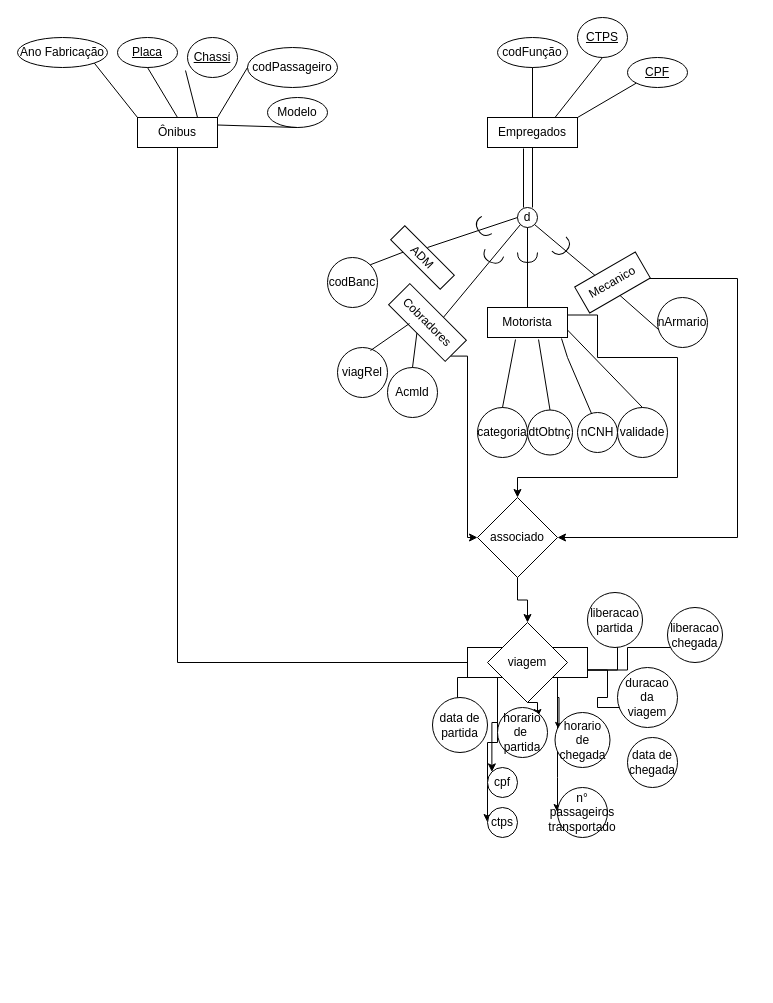
Before: page "Page-1" (1 of 2) of aula_1409_BancDados.drawio in imreadyrod/DiagramasTurmaBancDados, a draw.io diagram. Source tidied: cells renumbered, new cells numbered last; positions are measured from the earlier drawing's top-left corner, leaving out a move shared by most shapes. Both pictures are drawn from the tidied source at 100%, with x=0, y=0 at pixel (17, 17).
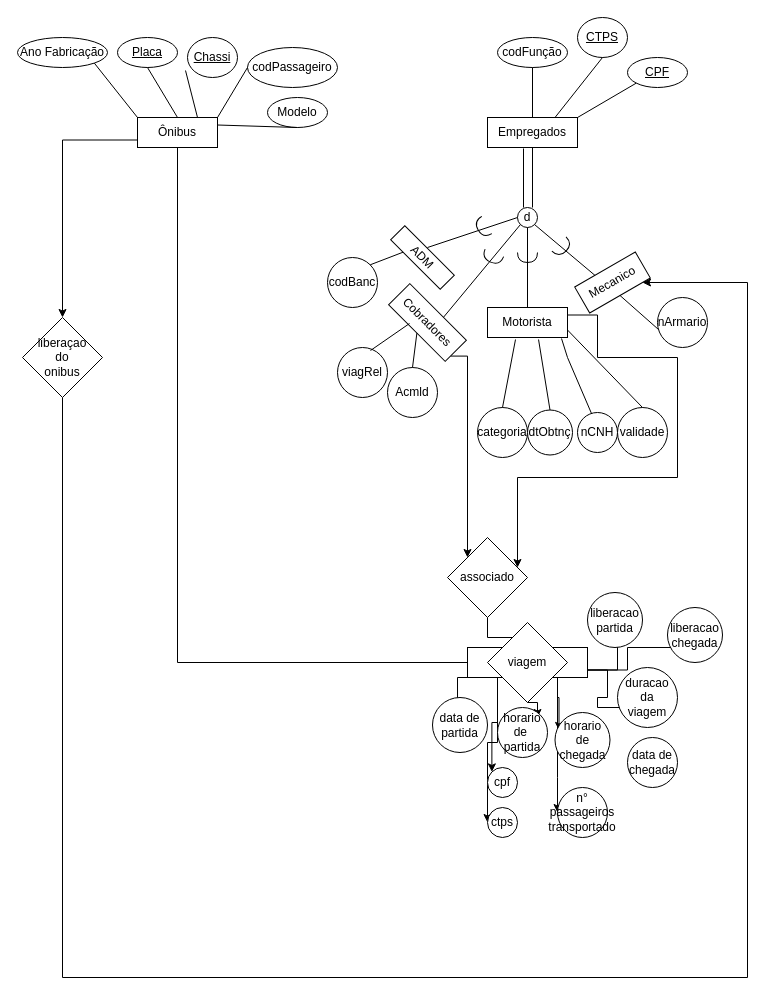
The same diagram, later.

Unchanged cells that the change refers to:
```xml
<mxCell id="3" value="Ônibus" style="rounded=0;whiteSpace=wrap;html=1;" parent="1" vertex="1">
  <mxGeometry x="120" y="100" width="80" height="30" as="geometry" />
</mxCell>
<mxCell id="35" value="Mecanico" style="rounded=0;whiteSpace=wrap;html=1;rotation=-30;" parent="1" vertex="1">
  <mxGeometry x="560" y="250" width="70" height="30" as="geometry" />
</mxCell>
```

The edit, as a diff of the source:
```diff
@@
+    <mxCell id="79" style="edgeStyle=orthogonalEdgeStyle;rounded=0;jettySize=auto;html=1;exitX=0;exitY=0.75;exitDx=0;exitDy=0;" parent="1" edge="1" source="3" target="81">
+      <mxGeometry relative="1" as="geometry" />
+    </mxCell>
@@
-    <mxCell id="34" style="edgeStyle=orthogonalEdgeStyle;rounded=0;jettySize=auto;html=1;exitX=1;exitY=0.5;exitDx=0;exitDy=0;" parent="1" edge="1" target="57">
-      <mxGeometry relative="1" as="geometry">
-        <mxPoint x="610" y="260" as="sourcePoint" />
-        <Array as="points">
-          <mxPoint x="610" y="261" />
-          <mxPoint x="720" y="261" />
-          <mxPoint x="720" y="520" />
-        </Array>
-      </mxGeometry>
-    </mxCell>
@@
     <mxCell id="57" value="associado" style="rhombus;whiteSpace=wrap;html=1;" parent="1" vertex="1">
-      <mxGeometry x="460" y="480" width="80" height="80" as="geometry" />
+      <mxGeometry x="430" y="520" width="80" height="80" as="geometry" />
     </mxCell>
@@
+    <mxCell id="80" style="edgeStyle=orthogonalEdgeStyle;rounded=0;jettySize=auto;html=1;exitX=0.5;exitY=1;exitDx=0;exitDy=0;" parent="1" edge="1" source="81" target="35">
+      <mxGeometry relative="1" as="geometry">
+        <Array as="points">
+          <mxPoint x="45" y="960" />
+          <mxPoint x="730" y="960" />
+          <mxPoint x="730" y="265" />
+        </Array>
+      </mxGeometry>
+    </mxCell>
+    <mxCell id="81" value="liberaçao&lt;br&gt;do&lt;br&gt;onibus" style="rhombus;whiteSpace=wrap;html=1;" parent="1" vertex="1">
+      <mxGeometry x="5" y="300" width="80" height="80" as="geometry" />
+    </mxCell>
```
